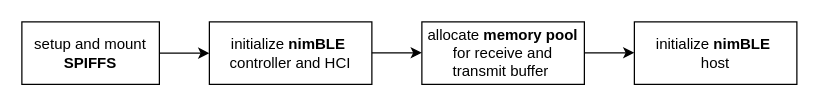
Earlier version of the draw.io diagram doc/bachelor_thesis_german/graphics/source/ablauf_anwendung_teil_1.drawio (immrn/secure-ble-for-esp32-android). Source tidied: cells renumbered, new cells numbered last; positions are measured from the earlier drawing's top-left corner, leaving out a move shared by most shapes. Both pictures are drawn from the tidied source at 125%, with x=0, y=0 at pixel (21, 21).
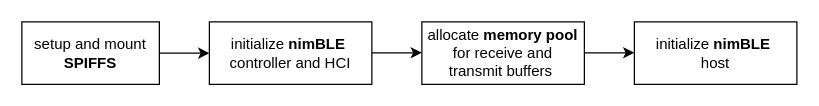
After the change.

The edit, as a diff of the source:
```diff
@@
 <mxGraphModel>
   <root>
     <mxCell id="0" />
     <mxCell id="1" parent="0" />
     <mxCell id="2" value="setup and mount &lt;b&gt;SPIFFS&lt;/b&gt;" style="rounded=0;whiteSpace=wrap;html=1;" parent="1" vertex="1">
       <mxGeometry width="110" height="50" as="geometry" />
     </mxCell>
     <mxCell id="3" value="initialize &lt;b&gt;nimBLE&lt;/b&gt;&amp;nbsp;&lt;br&gt;controller and HCI" style="rounded=0;whiteSpace=wrap;html=1;" parent="1" vertex="1">
       <mxGeometry x="150" width="130" height="50" as="geometry" />
     </mxCell>
     <mxCell id="4" value="initialize &lt;b&gt;nimBLE&lt;/b&gt;&amp;nbsp;&lt;br&gt;host" style="rounded=0;whiteSpace=wrap;html=1;" parent="1" vertex="1">
       <mxGeometry x="490" width="130" height="50" as="geometry" />
     </mxCell>
-    <mxCell id="5" value="allocate &lt;b&gt;memory pool&lt;/b&gt; for receive and &lt;br&gt;transmit buffer&amp;nbsp;" style="rounded=0;whiteSpace=wrap;html=1;" parent="1" vertex="1">
+    <mxCell id="5" value="allocate &lt;b&gt;memory pool&lt;/b&gt; for receive and &lt;br&gt;transmit buffers&amp;nbsp;" style="rounded=0;whiteSpace=wrap;html=1;" parent="1" vertex="1">
       <mxGeometry x="320" width="130" height="50" as="geometry" />
     </mxCell>
     <mxCell id="6" style="endArrow=classic;html=1;exitX=1;exitY=0.5;exitDx=0;exitDy=0;entryX=0;entryY=0.5;entryDx=0;entryDy=0;" parent="1" edge="1" source="2" target="3">
       <mxGeometry relative="1" as="geometry" />
     </mxCell>
     <mxCell id="7" style="endArrow=classic;html=1;exitX=1;exitY=0.5;exitDx=0;exitDy=0;entryX=0;entryY=0.5;entryDx=0;entryDy=0;" parent="1" edge="1">
       <mxGeometry relative="1" as="geometry">
         <mxPoint x="280" y="24.7" as="sourcePoint" />
         <mxPoint x="320" y="24.7" as="targetPoint" />
       </mxGeometry>
     </mxCell>
     <mxCell id="8" style="endArrow=classic;html=1;exitX=1;exitY=0.5;exitDx=0;exitDy=0;entryX=0;entryY=0.5;entryDx=0;entryDy=0;" parent="1" edge="1">
       <mxGeometry relative="1" as="geometry">
         <mxPoint x="450" y="24.7" as="sourcePoint" />
         <mxPoint x="490" y="24.7" as="targetPoint" />
       </mxGeometry>
     </mxCell>
   </root>
 </mxGraphModel>
```
